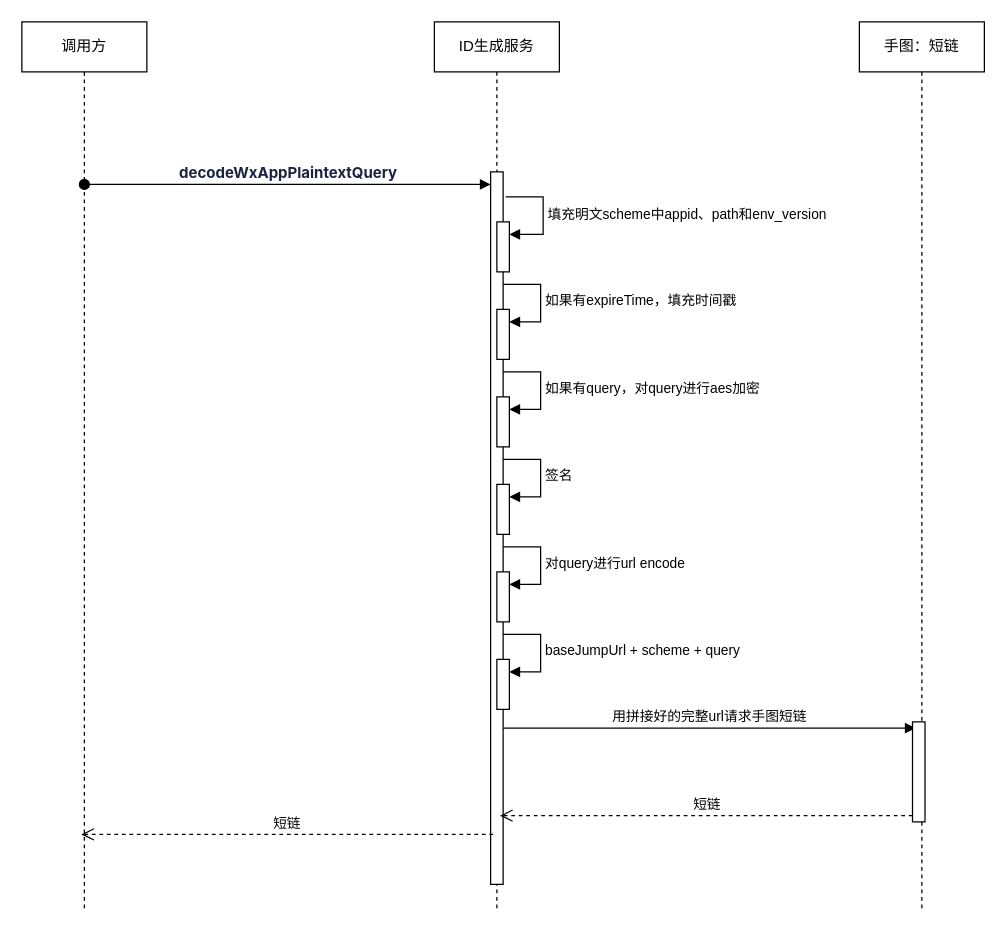
The draw.io diagram page "生成短链" (1 of 2) of 微信短链.drawio in wangziji/graphics, before the edit. Source tidied: cells renumbered, new cells numbered last; positions are measured from the earlier drawing's top-left corner, leaving out a move shared by most shapes. Both pictures are drawn from the tidied source at 125%, with x=0, y=0 at pixel (21, 21).
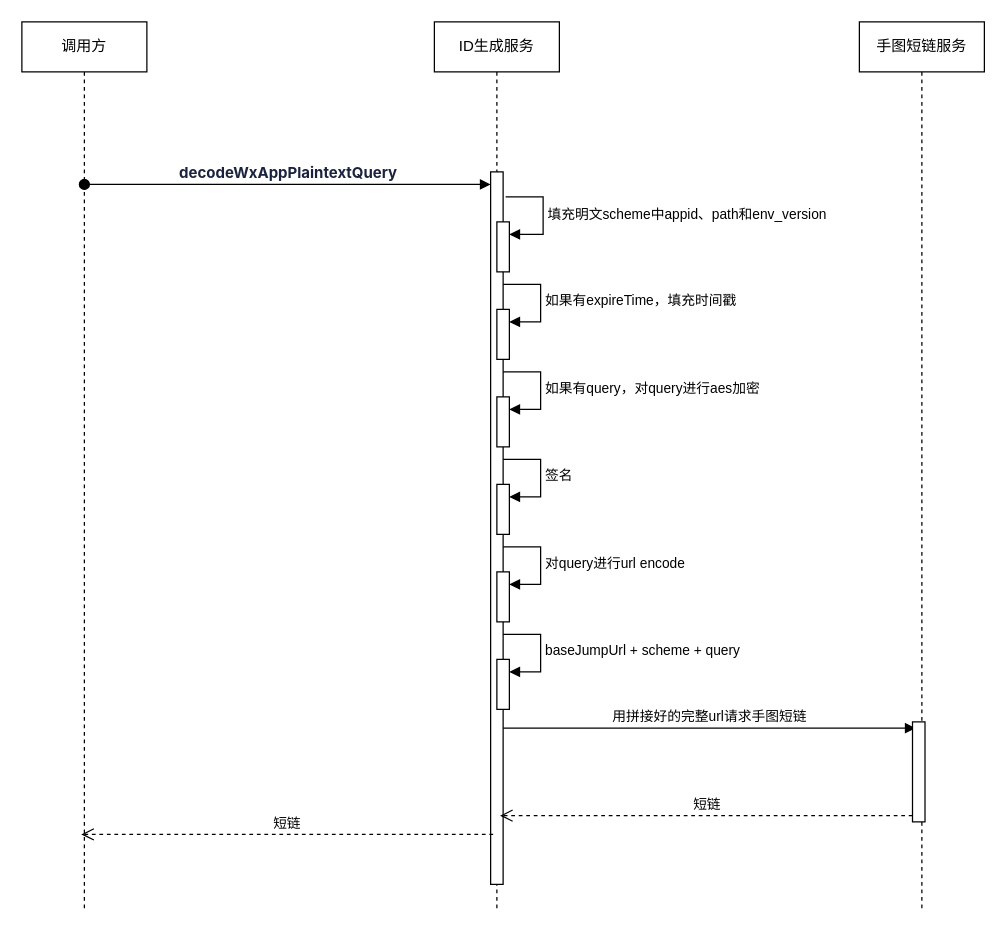
After the change.

Commit message:
更新微信短链.drawio

Diff of the diagram source:
```diff
@@
-    <mxCell id="18" value="手图：短链" style="shape=umlLifeline;perimeter=lifelinePerimeter;whiteSpace=wrap;html=1;newEdgeStyle={&quot;edgeStyle&quot;:&quot;elbowEdgeStyle&quot;,&quot;elbow&quot;:&quot;vertical&quot;,&quot;curved&quot;:0,&quot;rounded&quot;:0};" parent="1" vertex="1">
+    <mxCell id="18" value="手图短链服务" style="shape=umlLifeline;perimeter=lifelinePerimeter;whiteSpace=wrap;html=1;newEdgeStyle={&quot;edgeStyle&quot;:&quot;elbowEdgeStyle&quot;,&quot;elbow&quot;:&quot;vertical&quot;,&quot;curved&quot;:0,&quot;rounded&quot;:0};" parent="1" vertex="1">
       <mxGeometry x="670" width="100" height="710" as="geometry" />
     </mxCell>
```
